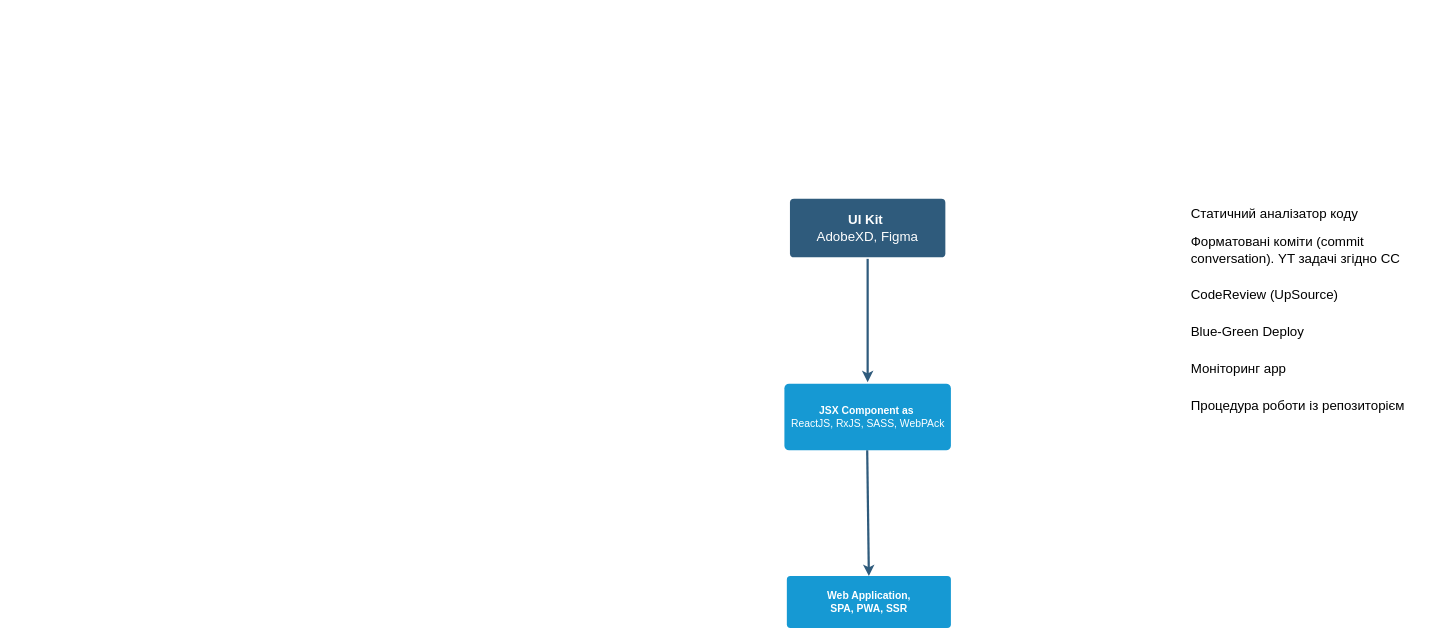
Earlier version of the draw.io diagram Untitled Diagram.drawio (rymaruk/bm-roadmap). Source tidied: cells renumbered, new cells numbered last; positions are measured from the earlier drawing's top-left corner, leaving out a move shared by most shapes. Both pictures are drawn from the tidied source at 74%, with x=0, y=0 at pixel (784, 198).
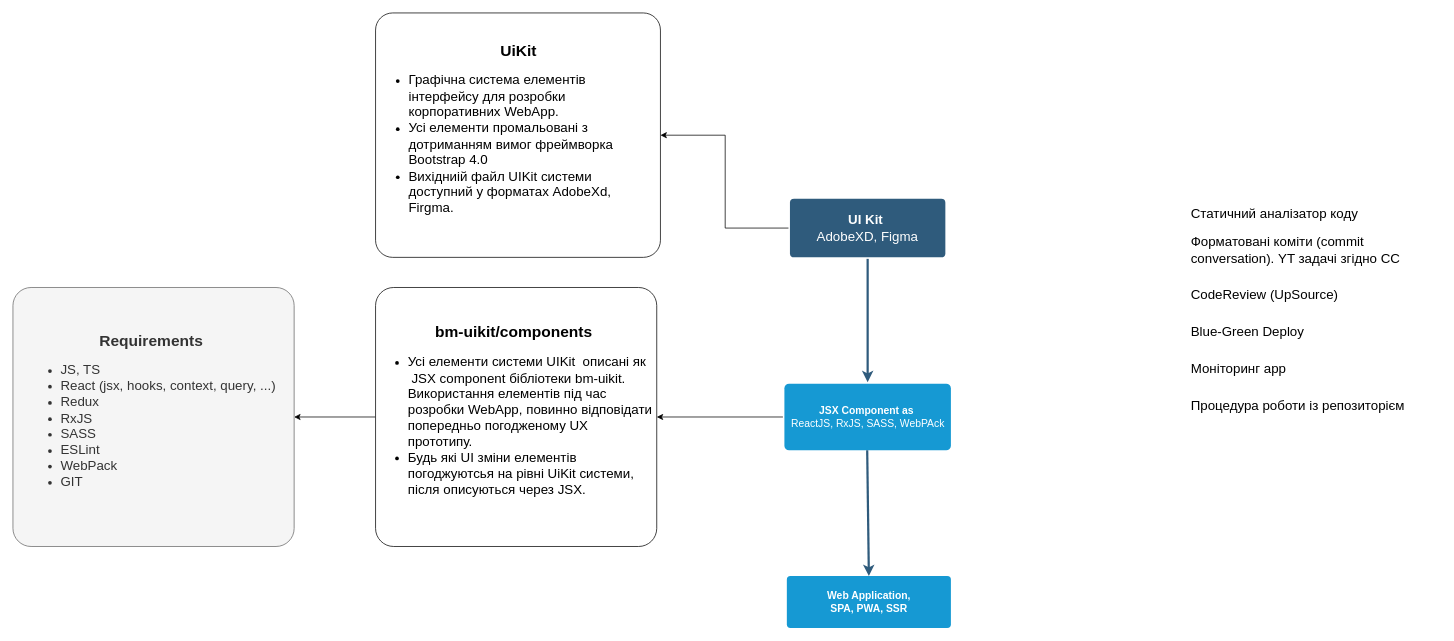
Above is the later version.

Diff of the diagram source:
```diff
@@
 <mxGraphModel background="#ffffff">
   <root>
     <mxCell id="0" />
     <mxCell id="1" parent="0" />
     <mxCell id="2" style="edgeStyle=none;rounded=0;jumpStyle=none;html=1;shadow=0;labelBackgroundColor=none;startArrow=none;startFill=0;endArrow=classic;endFill=1;jettySize=auto;strokeColor=#2F5B7C;strokeWidth=3;fontFamily=Helvetica;fontSize=16;fontColor=#23445D;spacing=5;" parent="1" edge="1" source="3" target="4">
       <mxGeometry relative="1" as="geometry" />
     </mxCell>
+    <mxCell id="13" style="edgeStyle=orthogonalEdgeStyle;rounded=0;jettySize=auto;html=1;" parent="1" edge="1" source="3" target="15">
+      <mxGeometry relative="1" as="geometry" />
+    </mxCell>
     <mxCell id="3" value="UI Kit&amp;nbsp;&lt;br style=&quot;font-size: 18px;&quot;&gt;&lt;font style=&quot;font-size: 18px; font-weight: normal;&quot;&gt;AdobeXD, Figma&lt;/font&gt;" style="rounded=1;whiteSpace=wrap;html=1;shadow=0;labelBackgroundColor=none;strokeColor=none;strokeWidth=3;fillColor=#2F5B7C;fontFamily=Helvetica;fontSize=18;fontColor=#FFFFFF;align=center;fontStyle=1;spacing=5;arcSize=7;perimeterSpacing=2;" parent="1" vertex="1">
       <mxGeometry x="8" width="210" height="79.3" as="geometry" />
     </mxCell>
+    <mxCell id="14" style="edgeStyle=orthogonalEdgeStyle;rounded=0;jettySize=auto;html=1;" parent="1" edge="1" source="4" target="17">
+      <mxGeometry relative="1" as="geometry" />
+    </mxCell>
     <mxCell id="4" value="JSX Component as&amp;nbsp;&lt;br&gt;&lt;span style=&quot;font-weight: normal&quot;&gt;ReactJS, RxJS, SASS, WebPAck&lt;/span&gt;" style="rounded=1;whiteSpace=wrap;html=1;shadow=0;labelBackgroundColor=none;strokeColor=none;strokeWidth=3;fillColor=#1699d3;fontFamily=Helvetica;fontSize=14;fontColor=#FFFFFF;align=center;spacing=5;fontStyle=1;arcSize=7;perimeterSpacing=2;" parent="1" vertex="1">
       <mxGeometry x="0.5" y="250" width="225" height="90" as="geometry" />
     </mxCell>
     <mxCell id="5" value="Web Application,&lt;br&gt;SPA, PWA, SSR" style="whiteSpace=wrap;html=1;rounded=1;shadow=0;fontSize=14;fontColor=#FFFFFF;fontStyle=1;strokeColor=none;strokeWidth=3;fillColor=#1699d3;spacing=5;arcSize=7;" parent="1" vertex="1">
       <mxGeometry x="3.8" y="510" width="221.7" height="70" as="geometry" />
     </mxCell>
     <mxCell id="6" style="edgeStyle=none;rounded=0;jumpStyle=none;html=1;shadow=0;labelBackgroundColor=none;startArrow=none;startFill=0;endArrow=classic;endFill=1;jettySize=auto;strokeColor=#2F5B7C;strokeWidth=3;fontFamily=Helvetica;fontSize=16;fontColor=#23445D;spacing=5;entryX=0.5;entryY=0;entryDx=0;entryDy=0;" parent="1" edge="1" target="5">
       <mxGeometry relative="1" as="geometry">
         <mxPoint x="112.4" y="340" as="sourcePoint" />
       </mxGeometry>
     </mxCell>
     <mxCell id="7" value="Статичний аналізатор коду&lt;br&gt;" style="text;html=1;strokeColor=none;fillColor=none;align=left;verticalAlign=middle;whiteSpace=wrap;rounded=0;fontSize=18;" parent="1" vertex="1">
       <mxGeometry x="548" width="340" height="40" as="geometry" />
     </mxCell>
     <mxCell id="8" value="Форматовані коміти (commit conversation). YT задачі згідно CC" style="text;html=1;strokeColor=none;fillColor=none;align=left;verticalAlign=middle;whiteSpace=wrap;rounded=0;fontSize=18;" parent="1" vertex="1">
       <mxGeometry x="548" y="50" width="340" height="40" as="geometry" />
     </mxCell>
     <mxCell id="9" value="CodeReview (UpSource)" style="text;html=1;strokeColor=none;fillColor=none;align=left;verticalAlign=middle;whiteSpace=wrap;rounded=0;fontSize=18;" parent="1" vertex="1">
       <mxGeometry x="548" y="110" width="340" height="40" as="geometry" />
     </mxCell>
     <mxCell id="10" value="Blue-Green Deploy" style="text;html=1;strokeColor=none;fillColor=none;align=left;verticalAlign=middle;whiteSpace=wrap;rounded=0;fontSize=18;" parent="1" vertex="1">
       <mxGeometry x="548" y="160" width="340" height="40" as="geometry" />
     </mxCell>
     <mxCell id="11" value="Моніторинг app" style="text;html=1;strokeColor=none;fillColor=none;align=left;verticalAlign=middle;whiteSpace=wrap;rounded=0;fontSize=18;" parent="1" vertex="1">
       <mxGeometry x="548" y="210" width="340" height="40" as="geometry" />
     </mxCell>
     <mxCell id="12" value="Процедура роботи із репозиторієм" style="text;html=1;strokeColor=none;fillColor=none;align=left;verticalAlign=middle;whiteSpace=wrap;rounded=0;fontSize=18;" parent="1" vertex="1">
       <mxGeometry x="548" y="260" width="340" height="40" as="geometry" />
     </mxCell>
+    <mxCell id="15" value="&lt;div style=&quot;text-align: center&quot;&gt;&lt;b&gt;&lt;font style=&quot;font-size: 21px&quot;&gt;UiKit&lt;/font&gt;&lt;/b&gt;&lt;/div&gt;&lt;div&gt;&lt;ul&gt;&lt;li&gt;Графічна система елементів інтерфейсу для розробки корпоративних WebApp.&lt;/li&gt;&lt;li&gt;Усі елементи промальовані з дотриманням вимог фреймворка Bootstrap 4.0&lt;/li&gt;&lt;li&gt;Вихідниій файл UIKit системи доступний у форматах AdobeXd, Firgma. &amp;nbsp; &amp;nbsp; &amp;nbsp;&lt;/li&gt;&lt;/ul&gt;&lt;/div&gt;" style="rounded=1;whiteSpace=wrap;html=1;shadow=0;fontSize=18;fontStyle=0;strokeWidth=1;spacing=5;arcSize=7;align=left;" parent="1" vertex="1">
+      <mxGeometry x="-552" y="-251" width="385" height="330.3" as="geometry" />
+    </mxCell>
+    <mxCell id="16" style="edgeStyle=orthogonalEdgeStyle;rounded=0;jettySize=auto;html=1;fontColor=#000000;" parent="1" edge="1" source="17" target="18">
+      <mxGeometry relative="1" as="geometry" />
+    </mxCell>
+    <mxCell id="17" value="&lt;div&gt;&lt;span style=&quot;font-size: 21px&quot;&gt;bm-uikit/components&amp;nbsp;&lt;/span&gt;&lt;/div&gt;&lt;div style=&quot;font-size: 18px ; font-weight: normal ; text-align: left&quot;&gt;&lt;ul&gt;&lt;li&gt;Усі елементи системи UIKit &amp;nbsp;описані як &amp;nbsp;JSX component бібліотеки bm-uikit. Використання елементів під час розробки WebApp, повинно відповідати попередньо погодженому UX прототипу.&lt;/li&gt;&lt;li&gt;Будь які UI зміни елементів погоджуютсья на рівні UiKit системи, після описуються через JSX.&lt;/li&gt;&lt;/ul&gt;&lt;/div&gt;" style="rounded=1;whiteSpace=wrap;html=1;shadow=0;fontSize=14;fontStyle=1;strokeWidth=1;spacing=5;arcSize=7;" parent="1" vertex="1">
+      <mxGeometry x="-552" y="120" width="380" height="350" as="geometry" />
+    </mxCell>
+    <mxCell id="18" value="&lt;div&gt;&lt;span style=&quot;font-size: 21px&quot;&gt;Requirements&amp;nbsp;&lt;/span&gt;&lt;/div&gt;&lt;div style=&quot;font-size: 18px ; font-weight: normal ; text-align: left&quot;&gt;&lt;ul&gt;&lt;li&gt;JS, TS&amp;nbsp;&lt;/li&gt;&lt;li&gt;React (jsx, hooks, context, query, ...)&lt;/li&gt;&lt;li&gt;Redux&lt;/li&gt;&lt;li&gt;RxJS&lt;/li&gt;&lt;li&gt;SASS&lt;/li&gt;&lt;li&gt;ESLint&lt;/li&gt;&lt;li&gt;WebPack&lt;/li&gt;&lt;li&gt;GIT&lt;/li&gt;&lt;/ul&gt;&lt;/div&gt;" style="rounded=1;whiteSpace=wrap;html=1;shadow=0;fontSize=14;fontStyle=1;strokeWidth=1;spacing=5;arcSize=7;fillColor=#f5f5f5;strokeColor=#666666;fontColor=#333333;" parent="1" vertex="1">
+      <mxGeometry x="-1042" y="120" width="380" height="350" as="geometry" />
+    </mxCell>
   </root>
 </mxGraphModel>
```
